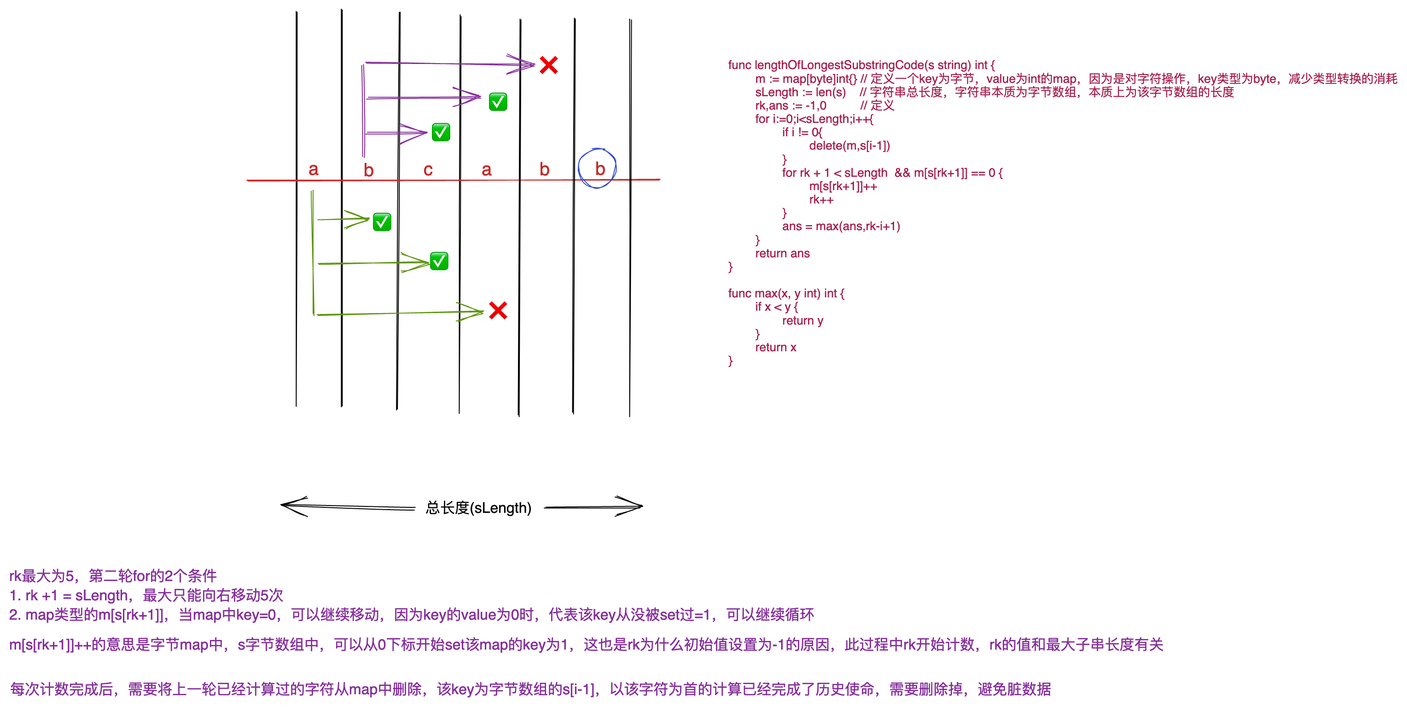
Above: leetcode/img/longest-substring-without-repeating-characters.png in lijinghuatongxue/sh (Excalidraw), before the change. Source tidied: one line per element, renumbered; positions are measured from the earlier drawing's top-left corner, leaving out a move shared by most shapes.
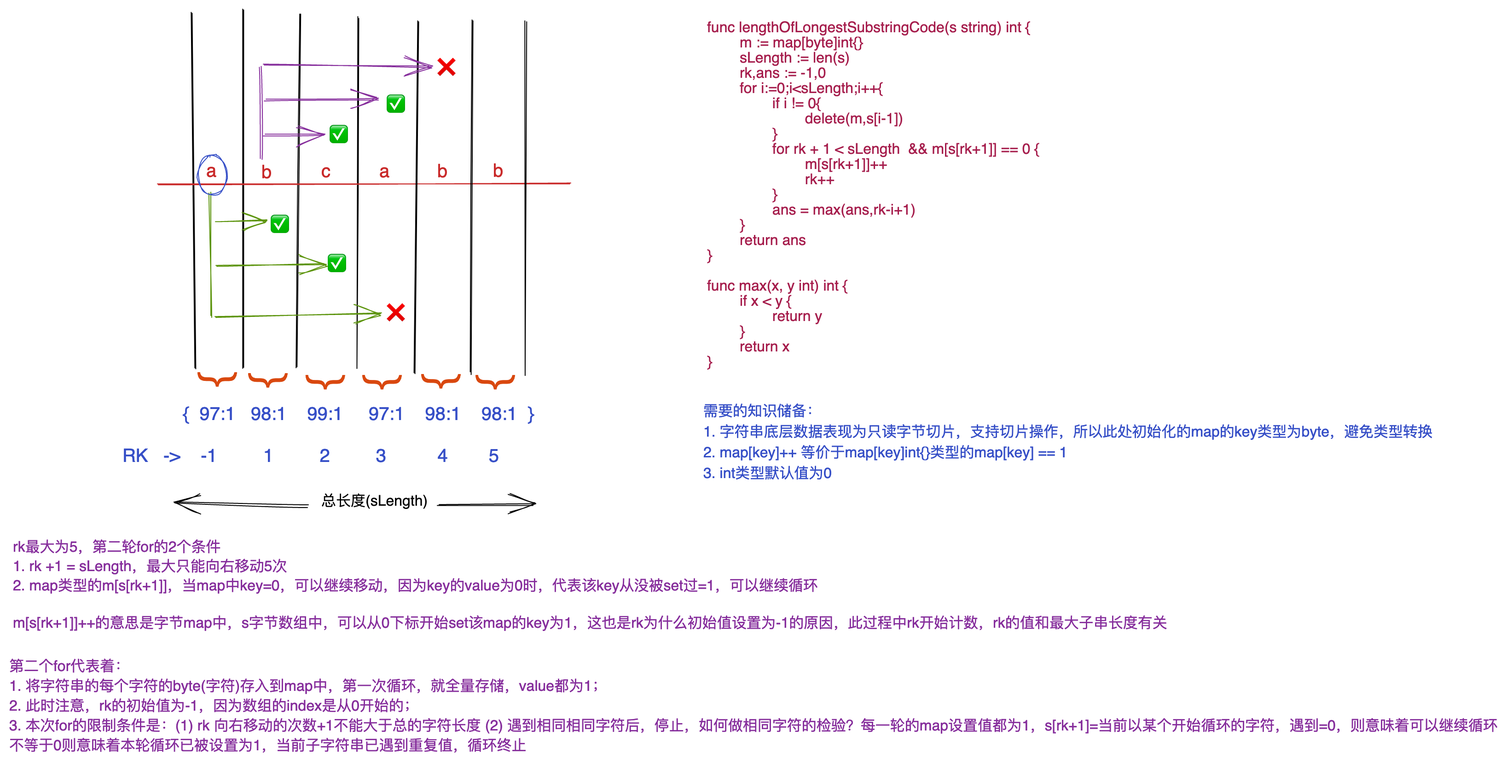
Later version of the same file.

Commit message:
leetcode 图解: 无重复字符的最长子串 -  滑动窗口

Change to the diagram source:
```diff
@@ -1,15 +1,14 @@
-{"id": 0, "type": "line", "strokeColor": "#000000", "strokeWidth": 1, "roughness": 1, "x": 313, "y": 3, "width": 2, "height": 428, "points": [[0, 0], [-2, 428]]}
+{"id": 0, "type": "line", "strokeColor": "#000000", "strokeWidth": 1, "roughness": 1, "x": 310, "y": 2, "width": 3, "height": 386, "points": [[0, 0], [3, 386]]}
-{"id": 1, "type": "line", "strokeColor": "#000000", "strokeWidth": 1, "roughness": 1, "x": 361, "y": 0, "width": 0, "height": 431, "points": [[0, 0], [0, 431]]}
+{"id": 1, "type": "line", "strokeColor": "#000000", "strokeWidth": 1, "roughness": 1, "x": 365, "y": -2, "width": 0, "height": 389, "points": [[0, 0], [0, 389]]}
-{"id": 2, "type": "line", "strokeColor": "#000000", "strokeWidth": 1, "roughness": 1, "x": 424, "y": 3, "width": 1, "height": 432, "points": [[0, 0], [-1, 432]]}
+{"id": 2, "type": "line", "strokeColor": "#000000", "strokeWidth": 1, "roughness": 1, "x": 427, "y": 3, "width": 3, "height": 384, "points": [[0, 0], [-3, 384]]}
-{"id": 3, "type": "line", "strokeColor": "#000000", "strokeWidth": 1, "roughness": 1, "x": 490, "y": 8, "width": 2, "height": 430, "points": [[0, 0], [-2, 430]]}
+{"id": 3, "type": "line", "strokeColor": "#000000", "strokeWidth": 1, "roughness": 1, "x": 490, "y": 8, "width": 1, "height": 380, "points": [[0, 0], [-1, 380]]}
 {"id": 4, "type": "text", "text": "a", "strokeColor": "#c92a2a", "strokeWidth": 1, "roughness": 1, "fontSize": 20, "fontFamily": 2, "x": 325, "y": 164, "width": 11, "height": 21}
 {"id": 5, "type": "text", "text": "b", "strokeColor": "#c92a2a", "strokeWidth": 1, "roughness": 1, "fontSize": 20, "fontFamily": 2, "x": 385, "y": 166, "width": 11, "height": 21}
 {"id": 6, "type": "text", "text": "c", "strokeColor": "#c92a2a", "strokeWidth": 1, "roughness": 1, "fontSize": 20, "fontFamily": 2, "x": 450, "y": 165, "width": 10, "height": 21}
 {"id": 7, "type": "text", "text": "a", "strokeColor": "#c92a2a", "strokeWidth": 1, "roughness": 1, "fontSize": 20, "fontFamily": 2, "x": 513, "y": 165, "width": 11, "height": 21}
 {"id": 8, "type": "text", "text": "b", "strokeColor": "#c92a2a", "strokeWidth": 1, "roughness": 1, "fontSize": 20, "fontFamily": 2, "x": 576, "y": 165, "width": 11, "height": 21}
 {"id": 9, "type": "text", "text": "b", "strokeColor": "#c92a2a", "strokeWidth": 1, "roughness": 1, "fontSize": 20, "fontFamily": 2, "x": 636, "y": 164, "width": 11, "height": 21}
-{"id": 10, "type": "line", "strokeColor": "#c92a2a", "strokeWidth": 1, "roughness": 1, "x": 259, "y": 187, "width": 449, "height": 1, "points": [[0, 0], [449, -1]]}
+{"id": 10, "type": "line", "strokeColor": "#c92a2a", "strokeWidth": 1, "roughness": 1, "x": 273, "y": 189, "width": 449, "height": 1, "points": [[0, 0], [449, -1]]}
-{"id": 11, "type": "ellipse", "strokeColor": "#364fc7", "strokeWidth": 1, "roughness": 1, "x": 618, "y": 152, "width": 41, "height": 42}
 {"id": 12, "type": "arrow", "strokeColor": "#5c940d", "strokeWidth": 1, "roughness": 1, "endArrowhead": "arrow", "to": 16, "x": 336, "y": 229, "width": 55, "height": 1, "points": [[0, 0], [55, -1]]}
 {"id": 13, "type": "arrow", "strokeColor": "#5c940d", "strokeWidth": 1, "roughness": 1, "endArrowhead": "arrow", "to": 17, "x": 336, "y": 278, "width": 117, "height": 4, "points": [[0, 0], [117, -4]]}
 {"id": 14, "type": "arrow", "strokeColor": "#5c940d", "strokeWidth": 1, "roughness": 1, "endArrowhead": "arrow", "to": 18, "x": 334, "y": 333, "width": 181, "height": 5, "points": [[0, 0], [181, -5]]}
@@ -17,20 +16,30 @@
 {"id": 16, "type": "text", "text": "✅", "strokeColor": "#364fc7", "strokeWidth": 1, "roughness": 1, "fontSize": 20, "fontFamily": 2, "x": 395, "y": 219, "width": 20, "height": 27}
 {"id": 17, "type": "text", "text": "✅", "strokeColor": "#364fc7", "strokeWidth": 1, "roughness": 1, "fontSize": 20, "fontFamily": 2, "x": 457, "y": 261, "width": 20, "height": 27}
 {"id": 18, "type": "text", "text": "❌", "strokeColor": "#364fc7", "strokeWidth": 1, "roughness": 1, "fontSize": 20, "fontFamily": 2, "x": 521, "y": 315, "width": 20, "height": 27}
-{"id": 19, "type": "line", "strokeColor": "#000000", "strokeWidth": 1, "roughness": 1, "x": 675, "y": 12, "width": 2, "height": 430, "points": [[0, 0], [-2, 430]]}
+{"id": 19, "type": "line", "strokeColor": "#000000", "angle": 0.01, "strokeWidth": 1, "roughness": 1, "x": 671, "y": 12, "width": 1, "height": 383, "points": [[0, 0], [1, 383]]}
-{"id": 20, "type": "line", "strokeColor": "#000000", "strokeWidth": 1, "roughness": 1, "x": 615, "y": 10, "width": 2, "height": 430, "points": [[0, 0], [-2, 430]]}
+{"id": 20, "type": "line", "strokeColor": "#000000", "strokeWidth": 1, "roughness": 1, "x": 615, "y": 10, "width": 2, "height": 384, "points": [[0, 0], [-2, 384]]}
-{"id": 21, "type": "line", "strokeColor": "#000000", "strokeWidth": 1, "roughness": 1, "x": 555, "y": 12, "width": 2, "height": 430, "points": [[0, 0], [-2, 430]]}
+{"id": 21, "type": "line", "strokeColor": "#000000", "strokeWidth": 1, "roughness": 1, "x": 555, "y": 12, "width": 3, "height": 382, "points": [[0, 0], [-3, 382]]}
 {"id": 22, "type": "arrow", "strokeColor": "#862e9c", "strokeWidth": 1, "roughness": 1, "endArrowhead": "arrow", "to": 30, "x": 388, "y": 135, "width": 64, "height": 1, "points": [[0, 0], [64, -1]]}
 {"id": 23, "type": "arrow", "strokeColor": "#862e9c", "strokeWidth": 1, "roughness": 1, "endArrowhead": "arrow", "to": 31, "x": 389, "y": 98, "width": 123, "height": 2, "points": [[0, 0], [123, -2]]}
-{"id": 24, "type": "arrow", "strokeColor": "#862e9c", "strokeWidth": 1, "roughness": 1, "endArrowhead": "arrow", "x": 387, "y": 59, "width": 180, "height": 2, "points": [[0, 0], [180, 2]]}
+{"id": 24, "type": "arrow", "strokeColor": "#862e9c", "strokeWidth": 1, "roughness": 1, "endArrowhead": "arrow", "to": 32, "x": 387, "y": 59, "width": 180, "height": 2, "points": [[0, 0], [180, 2]]}
-{"id": 25, "type": "text", "text": "func lengthOfLongestSubstringCode(s string) int {\n        m := map[byte]int{} // 定义一个key为字节，value为int的map，因为是对字符操作，key类型为byte，减少类型转换的消耗\n        sLength := len(s)    // 字符串总长度，字符串本质为字节数组，本质上为该字节数组的长度\n        rk,ans := -1,0          // 定义\n        for i:=0;i<sLength;i++{\n                if i != 0{\n                        delete(m,s[i-1])\n                }\n                for rk + 1 < sLength  && m[s[rk+1]] == 0 {\n                        m[s[rk+1]]++\n                        rk++\n                }\n                ans = max(ans,rk-i+1)\n        }\n        return ans\n}\n\nfunc max(x, y int) int {\n        if x < y {\n                return y\n        }\n        return x\n}\n", "strokeColor": "#a61e4d", "strokeWidth": 1, "roughness": 1, "fontSize": 13.21, "fontFamily": 2, "x": 781, "y": 55, "width": 727, "height": 350}
+{"id": 25, "type": "text", "text": "func lengthOfLongestSubstringCode(s string) int {\n        m := map[byte]int{} \n        sLength := len(s)   \n        rk,ans := -1,0          \n        for i:=0;i<sLength;i++{\n                if i != 0{\n                        delete(m,s[i-1])\n                }\n                for rk + 1 < sLength  && m[s[rk+1]] == 0 {\n                        m[s[rk+1]]++\n                        rk++\n                }\n                ans = max(ans,rk-i+1)\n        }\n        return ans\n}\n\nfunc max(x, y int) int {\n        if x < y {\n                return y\n        }\n        return x\n}\n", "strokeColor": "#a61e4d", "strokeWidth": 1, "roughness": 1, "fontSize": 16, "fontFamily": 2, "x": 869, "y": 11, "width": 362, "height": 396}
-{"id": 26, "type": "arrow", "strokeColor": "#000000", "strokeWidth": 1, "roughness": 1, "endArrowhead": "arrow", "from": 28, "x": 440, "y": 542, "width": 143, "height": 3, "points": [[0, 0], [-143, -3]]}
+{"id": 26, "type": "arrow", "strokeColor": "#000000", "strokeWidth": 1, "roughness": 1, "endArrowhead": "arrow", "from": 28, "x": 435, "y": 537, "width": 143, "height": 3, "points": [[0, 0], [-143, -3]]}
-{"id": 27, "type": "arrow", "strokeColor": "#000000", "strokeWidth": 1, "roughness": 1, "endArrowhead": "arrow", "from": 28, "x": 581, "y": 541, "width": 105, "height": 1, "points": [[0, 0], [105, 1]]}
+{"id": 27, "type": "arrow", "strokeColor": "#000000", "strokeWidth": 1, "roughness": 1, "endArrowhead": "arrow", "from": 28, "x": 576, "y": 536, "width": 105, "height": 1, "points": [[0, 0], [105, 1]]}
-{"id": 28, "type": "text", "text": "总长度(sLength)", "strokeColor": "#000000", "strokeWidth": 1, "roughness": 1, "fontSize": 16, "fontFamily": 2, "x": 452, "y": 530, "width": 116, "height": 23}
+{"id": 28, "type": "text", "text": "总长度(sLength)", "strokeColor": "#000000", "strokeWidth": 1, "roughness": 1, "fontSize": 16, "fontFamily": 2, "x": 450, "y": 520, "width": 116, "height": 23}
 {"id": 29, "type": "line", "strokeColor": "#862e9c", "strokeWidth": 1, "roughness": 1, "x": 384, "y": 62, "width": 1, "height": 100, "points": [[0, 0], [1, 100]]}
 {"id": 30, "type": "text", "text": "✅", "strokeColor": "#364fc7", "strokeWidth": 1, "roughness": 1, "fontSize": 20, "fontFamily": 2, "x": 459, "y": 121, "width": 20, "height": 27}
 {"id": 31, "type": "text", "text": "✅", "strokeColor": "#364fc7", "strokeWidth": 1, "roughness": 1, "fontSize": 20, "fontFamily": 2, "x": 521, "y": 88, "width": 20, "height": 27}
 {"id": 32, "type": "text", "text": "❌", "strokeColor": "#364fc7", "strokeWidth": 1, "roughness": 1, "fontSize": 20, "fontFamily": 2, "x": 576, "y": 48, "width": 20, "height": 27}
-{"id": 33, "type": "text", "text": "rk最大为5，第二轮for的2个条件\n1. rk +1 = sLength，最大只能向右移动5次\n2. map类型的m[s[rk+1]]，当map中key=0，可以继续移动，因为key的value为0时，代表该key从没被set过=1，可以继续循环\n", "strokeColor": "#862e9c", "strokeWidth": 1, "roughness": 1, "fontSize": 16, "fontFamily": 2, "x": 0, "y": 604, "width": 875, "height": 84}
+{"id": 33, "type": "text", "text": "rk最大为5，第二轮for的2个条件\n1. rk +1 = sLength，最大只能向右移动5次\n2. map类型的m[s[rk+1]]，当map中key=0，可以继续移动，因为key的value为0时，代表该key从没被set过=1，可以继续循环\n", "strokeColor": "#862e9c", "strokeWidth": 1, "roughness": 1, "fontSize": 16, "fontFamily": 2, "x": 115, "y": 570, "width": 875, "height": 84}
-{"id": 34, "type": "text", "text": "m[s[rk+1]]++的意思是字节map中，s字节数组中，可以从0下标开始set该map的key为1，这也是rk为什么初始值设置为-1的原因，此过程中rk开始计数，rk的值和最大子串长度有关\n", "strokeColor": "#862e9c", "strokeWidth": 1, "roughness": 1, "fontSize": 16, "fontFamily": 2, "x": 0, "y": 680, "width": 1254, "height": 39}
+{"id": 34, "type": "text", "text": "m[s[rk+1]]++的意思是字节map中，s字节数组中，可以从0下标开始set该map的key为1，这也是rk为什么初始值设置为-1的原因，此过程中rk开始计数，rk的值和最大子串长度有关\n", "strokeColor": "#862e9c", "strokeWidth": 1, "roughness": 1, "fontSize": 16, "fontFamily": 2, "x": 115, "y": 654, "width": 1254, "height": 39}
-{"id": 35, "type": "text", "text": "每次计数完成后，需要将上一轮已经计算过的字符从map中删除，该key为字节数组的s[i-1]，以该字符为首的计算已经完成了历史使命，需要删除掉，避免脏数据", "strokeColor": "#862e9c", "strokeWidth": 1, "roughness": 1, "fontSize": 16, "fontFamily": 2, "x": 1, "y": 727, "width": 1131, "height": 23}
+{"id": 35, "type": "text", "text": "第二个for代表着：\n1. 将字符串的每个字符的byte(字符)存入到map中，第一次循环，就全量存储，value都为1；\n2. 此时注意，rk的初始值为-1，因为数组的index是从0开始的；\n3. 本次for的限制条件是：(1) rk 向右移动的次数+1不能大于总的字符长度 (2) 遇到相同相同字符后，停止，如何做相同字符的检验？每一轮的map设置值都为1，s[rk+1]=当前以某个开始循环的字符，遇到=0，则意味着可以继续循环\n不等于0则意味着本轮循环已被设置为1，当前子字符串已遇到重复值，循环终止\n", "strokeColor": "#862e9c", "strokeWidth": 1, "roughness": 1, "fontSize": 16, "fontFamily": 2, "x": 111, "y": 699, "width": 1617, "height": 129}
+{"id": 36, "type": "text", "text": "需要的知识储备：\n1. 字符串底层数据表现为只读字节切片，支持切片操作，所以此处初始化的map的key类型为byte，避免类型转换\n2. map[key]++ 等价于map[key]int{}类型的map[key] == 1\n3. int类型默认值为0", "strokeColor": "#364fc7", "strokeWidth": 1, "roughness": 1, "fontSize": 16, "fontFamily": 2, "x": 865, "y": 422, "width": 792, "height": 90}
+{"id": 37, "type": "ellipse", "strokeColor": "#364fc7", "strokeWidth": 1, "roughness": 1, "x": 316, "y": 157, "width": 32, "height": 43}
+{"id": 38, "type": "text", "text": "{  97:1   98:1    99:1     97:1    98:1    98:1  }", "strokeColor": "#364fc7", "strokeWidth": 1, "roughness": 1, "fontSize": 20, "fontFamily": 2, "x": 300, "y": 428, "width": 380, "height": 21}
+{"id": 39, "type": "text", "text": "{", "strokeColor": "#d9480f", "angle": 4.71, "strokeWidth": 1, "roughness": 1, "fontSize": 45.74, "fontFamily": 2, "x": 445, "y": 378, "width": 16, "height": 48}
+{"id": 40, "type": "text", "text": "{", "strokeColor": "#d9480f", "angle": 4.71, "strokeWidth": 1, "roughness": 1, "fontSize": 45.74, "fontFamily": 2, "x": 328, "y": 375, "width": 16, "height": 48}
+{"id": 41, "type": "text", "text": "{", "strokeColor": "#d9480f", "angle": 4.71, "strokeWidth": 1, "roughness": 1, "fontSize": 45.74, "fontFamily": 2, "x": 383, "y": 376, "width": 16, "height": 48}
+{"id": 42, "type": "text", "text": "{", "strokeColor": "#d9480f", "angle": 4.71, "strokeWidth": 1, "roughness": 1, "fontSize": 45.74, "fontFamily": 2, "x": 507, "y": 378, "width": 16, "height": 48}
+{"id": 43, "type": "text", "text": "{", "strokeColor": "#d9480f", "angle": 4.71, "strokeWidth": 1, "roughness": 1, "fontSize": 45.74, "fontFamily": 2, "x": 571, "y": 377, "width": 16, "height": 48}
+{"id": 44, "type": "text", "text": "{", "strokeColor": "#d9480f", "angle": 4.71, "strokeWidth": 1, "roughness": 1, "fontSize": 45.74, "fontFamily": 2, "x": 630, "y": 378, "width": 16, "height": 48}
+{"id": 45, "type": "text", "text": "RK   ->    -1         1         2         3          4        5", "strokeColor": "#364fc7", "strokeWidth": 1, "roughness": 1, "fontSize": 20, "fontFamily": 2, "x": 234, "y": 474, "width": 408, "height": 21}
```
